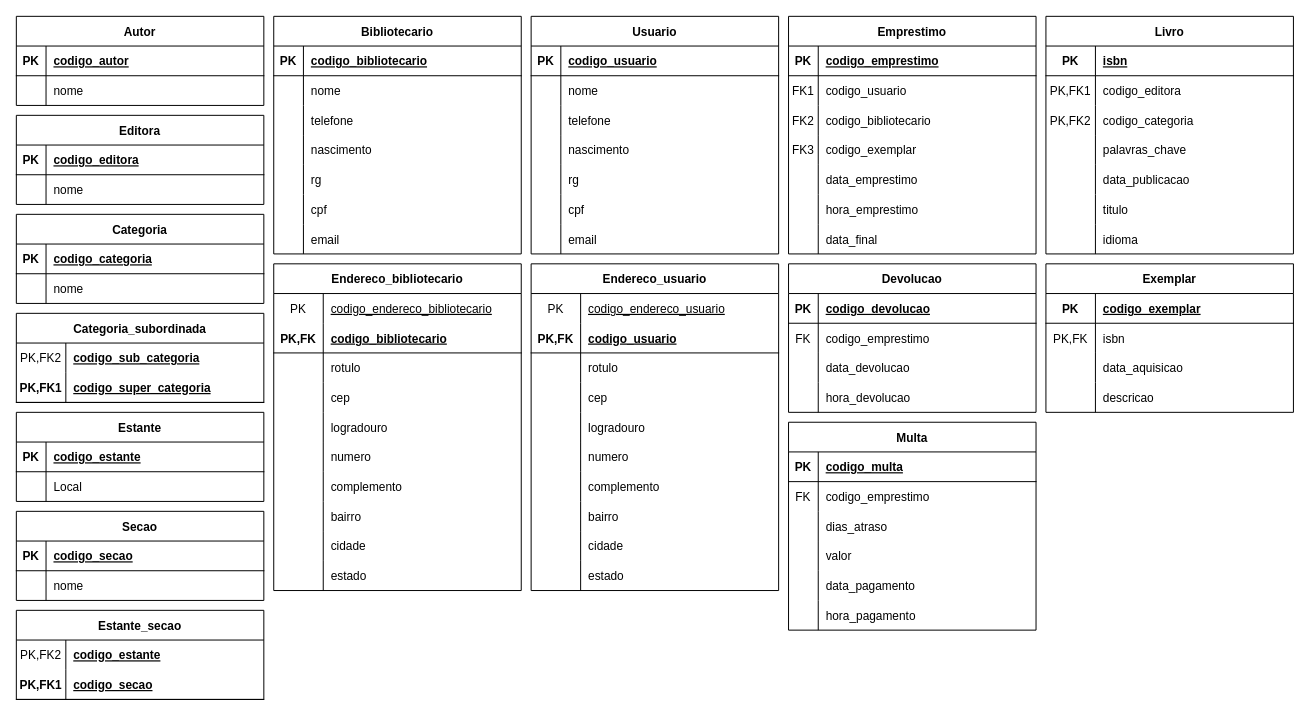
This is MR.drawio from roberdmc/Projeto-BD-2021, a draw.io file, before an edit. Source tidied: cells renumbered, new cells numbered last; positions are measured from the earlier drawing's top-left corner, leaving out a move shared by most shapes. Both pictures are drawn from the tidied source at 99%, with x=0, y=0 at pixel (16, 16).
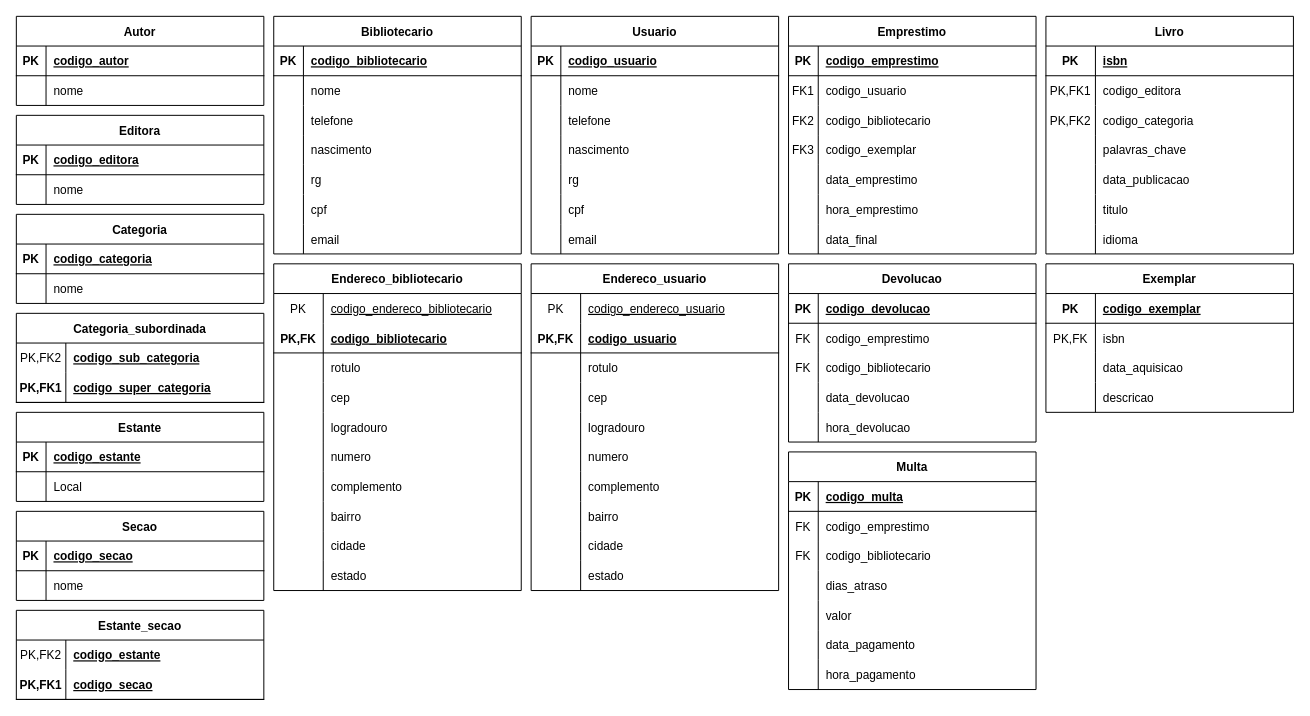
The same diagram, later.

Change to the diagram source:
```diff
@@
     <mxCell id="179" value="Devolucao" style="shape=table;startSize=30;childLayout=tableLayout;rowLines=0;fontStyle=1;align=center;" parent="1" vertex="1">
-      <mxGeometry x="780" y="250" width="250" height="150" as="geometry" />
+      <mxGeometry x="780" y="250" width="250" height="180" as="geometry" />
     </mxCell>
@@
+    <mxCell id="246" style="shape=partialRectangle;fillColor=none;top=0;left=0;right=0;bottom=0;" parent="179" vertex="1">
+      <mxGeometry y="90" width="250" height="30" as="geometry" />
+    </mxCell>
+    <mxCell id="247" value="FK" style="shape=partialRectangle;overflow=hidden;fillColor=none;top=0;left=0;bottom=0;right=0;" parent="246" vertex="1">
+      <mxGeometry width="30" height="30" as="geometry" />
+    </mxCell>
+    <mxCell id="248" value="codigo_bibliotecario" style="shape=partialRectangle;overflow=hidden;fillColor=none;top=0;left=0;bottom=0;right=0;align=left;spacingLeft=6;" parent="246" vertex="1">
+      <mxGeometry x="30" width="220" height="30" as="geometry" />
+    </mxCell>
     <mxCell id="186" style="shape=partialRectangle;fillColor=none;top=0;left=0;right=0;bottom=0;" parent="179" vertex="1">
-      <mxGeometry y="90" width="250" height="30" as="geometry" />
+      <mxGeometry y="120" width="250" height="30" as="geometry" />
     </mxCell>
@@
     <mxCell id="189" style="shape=partialRectangle;fillColor=none;top=0;left=0;right=0;bottom=0;" parent="179" vertex="1">
-      <mxGeometry y="120" width="250" height="30" as="geometry" />
+      <mxGeometry y="150" width="250" height="30" as="geometry" />
     </mxCell>
@@
     <mxCell id="192" value="Multa" style="shape=table;startSize=30;childLayout=tableLayout;rowLines=0;fontStyle=1;align=center;" parent="1" vertex="1">
-      <mxGeometry x="780" y="410" width="250" height="210" as="geometry" />
+      <mxGeometry x="780" y="440" width="250" height="240" as="geometry" />
     </mxCell>
@@
+    <mxCell id="249" style="shape=partialRectangle;fillColor=none;top=0;left=0;right=0;bottom=0;" parent="192" vertex="1">
+      <mxGeometry y="90" width="250" height="30" as="geometry" />
+    </mxCell>
+    <mxCell id="250" value="FK" style="shape=partialRectangle;overflow=hidden;fillColor=none;top=0;left=0;bottom=0;right=0;" parent="249" vertex="1">
+      <mxGeometry width="30" height="30" as="geometry" />
+    </mxCell>
+    <mxCell id="251" value="codigo_bibliotecario" style="shape=partialRectangle;overflow=hidden;fillColor=none;top=0;left=0;bottom=0;right=0;align=left;spacingLeft=6;" parent="249" vertex="1">
+      <mxGeometry x="30" width="220" height="30" as="geometry" />
+    </mxCell>
     <mxCell id="199" style="shape=partialRectangle;fillColor=none;top=0;left=0;right=0;bottom=0;" parent="192" vertex="1">
-      <mxGeometry y="90" width="250" height="30" as="geometry" />
+      <mxGeometry y="120" width="250" height="30" as="geometry" />
     </mxCell>
@@
     <mxCell id="202" style="shape=partialRectangle;fillColor=none;top=0;left=0;right=0;bottom=0;" parent="192" vertex="1">
-      <mxGeometry y="120" width="250" height="30" as="geometry" />
+      <mxGeometry y="150" width="250" height="30" as="geometry" />
     </mxCell>
@@
     <mxCell id="205" style="shape=partialRectangle;fillColor=none;top=0;left=0;right=0;bottom=0;" parent="192" vertex="1">
-      <mxGeometry y="150" width="250" height="30" as="geometry" />
+      <mxGeometry y="180" width="250" height="30" as="geometry" />
     </mxCell>
@@
     <mxCell id="208" style="shape=partialRectangle;fillColor=none;top=0;left=0;right=0;bottom=0;" parent="192" vertex="1">
-      <mxGeometry y="180" width="250" height="30" as="geometry" />
+      <mxGeometry y="210" width="250" height="30" as="geometry" />
     </mxCell>
```
